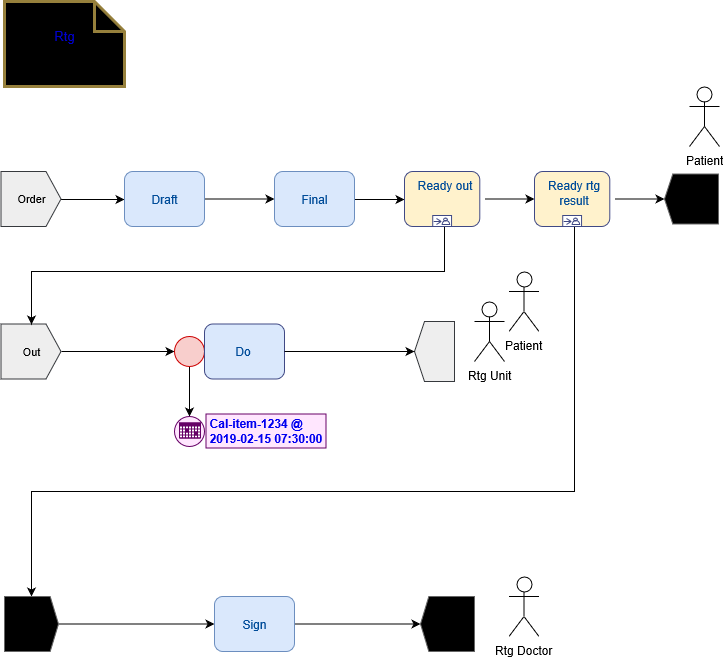
Above: images/Rtg.png in hauhaann/taskplanning (draw.io), before the change. Source tidied: cells renumbered, new cells last; positions are measured from the earlier drawing's top-left corner, leaving out a move shared by most shapes.
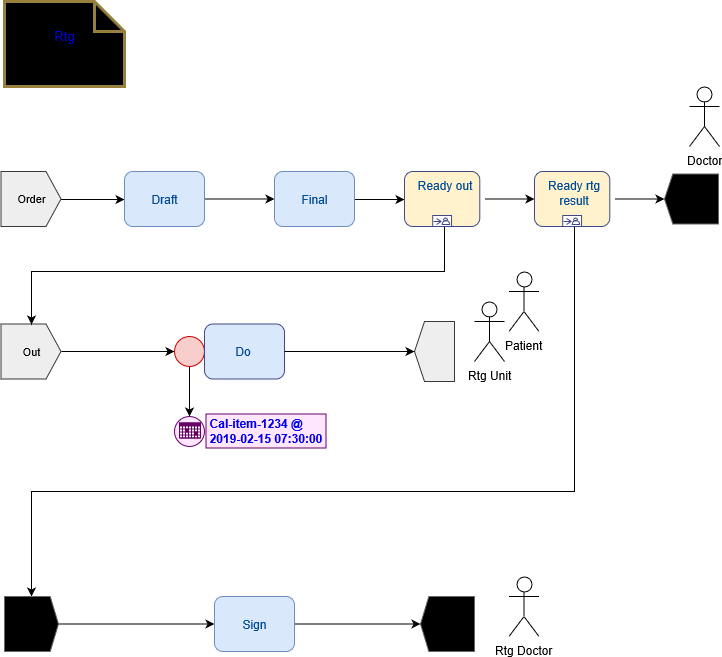
The same diagram one commit later.

Change to the diagram source:
```diff
@@ -90,7 +90,7 @@
     <mxCell id="27" style="edgeStyle=orthogonalEdgeStyle;rounded=0;jettySize=auto;html=1;exitX=1;exitY=0.5;exitDx=0;exitDy=0;" parent="1" edge="1" source="6" target="26">
       <mxGeometry relative="1" as="geometry" />
     </mxCell>
-    <mxCell id="28" value="Patient&lt;br&gt;" style="shape=umlActor;verticalLabelPosition=bottom;labelBackgroundColor=#ffffff;verticalAlign=top;html=1;" parent="1" vertex="1">
+    <mxCell id="28" value="Doctor" style="shape=umlActor;verticalLabelPosition=bottom;labelBackgroundColor=#ffffff;verticalAlign=top;html=1;" parent="1" vertex="1">
       <mxGeometry x="689" y="85" width="30" height="60" as="geometry" />
     </mxCell>
     <mxCell id="29" style="edgeStyle=orthogonalEdgeStyle;rounded=0;jettySize=auto;html=1;" parent="1" edge="1" source="30" target="33">
```
